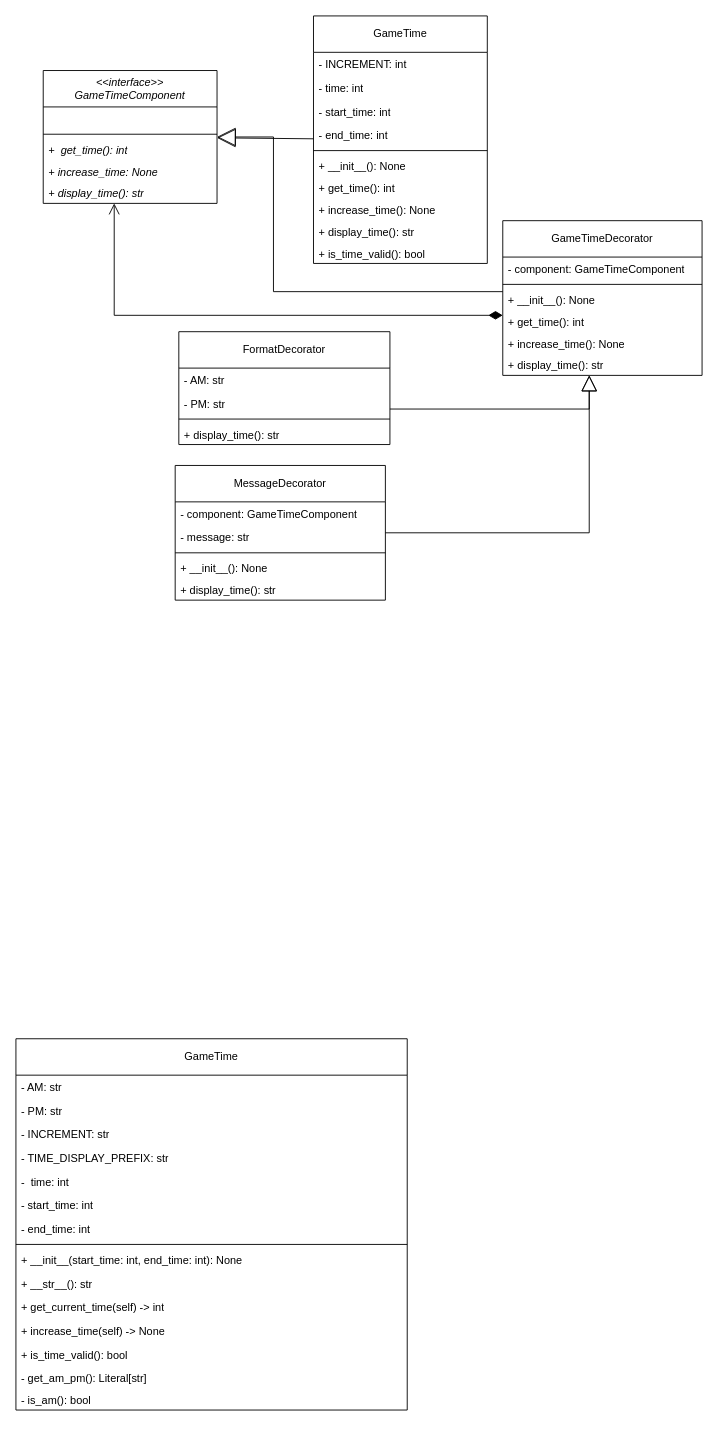
Above: page "game_time_after" (2 of 2) of src/model_after_pattern/after_pattern.drawio in arsenie-sarmiento/ZombieInMyPocket (draw.io), before the change. Source tidied: cells renumbered, new cells numbered last; positions are measured from the earlier drawing's top-left corner, leaving out a move shared by most shapes. Both pictures are drawn from the tidied source at 91%, with x=0, y=0 at pixel (15, 15).
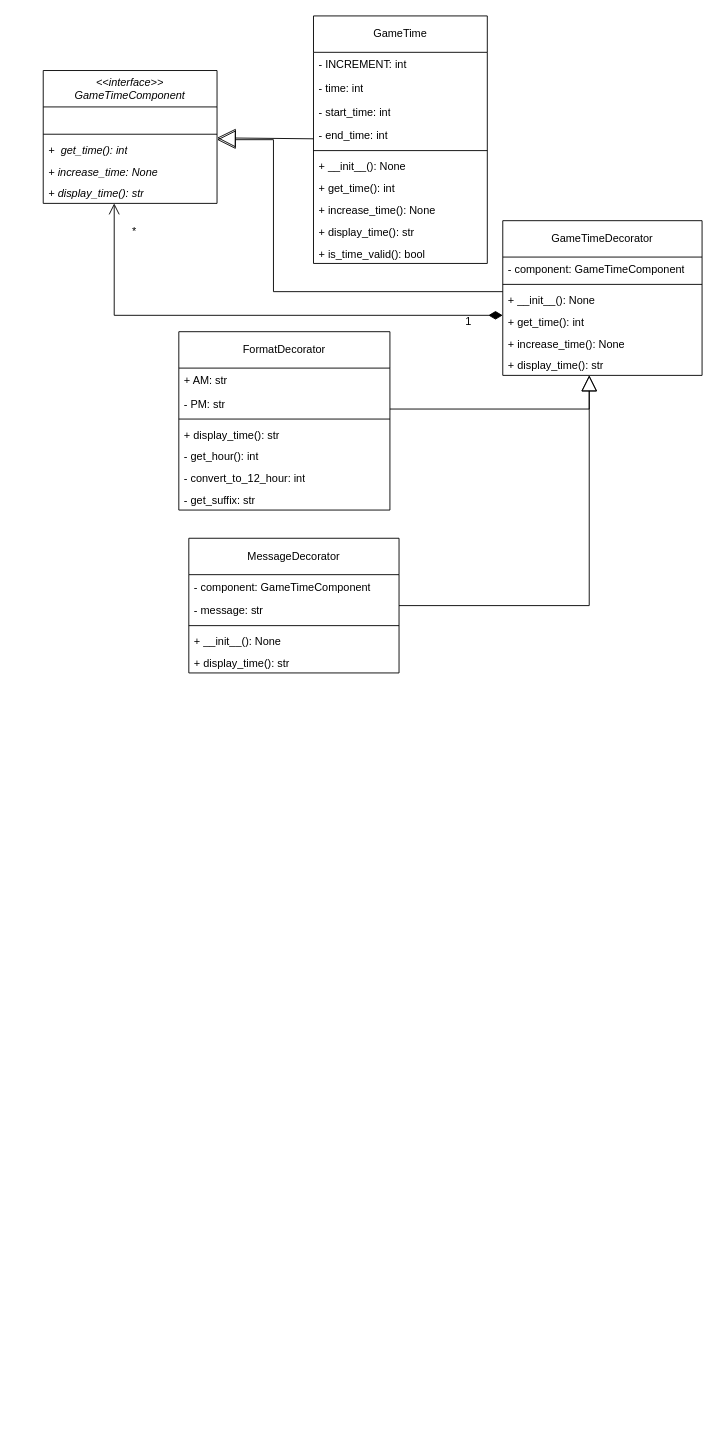
The same page after the edit.

Unchanged cells that the change refers to:
```xml
<mxCell id="19" value="&lt;i&gt;&amp;lt;&amp;lt;interface&amp;gt;&amp;gt;&lt;/i&gt;&lt;div&gt;&lt;i&gt;GameTimeComponent&lt;/i&gt;&lt;/div&gt;" style="swimlane;fontStyle=0;horizontal=1;startSize=40;fillColor=none;whiteSpace=wrap;html=1;" parent="1" vertex="1">
  <mxGeometry x="30" y="60" width="191" height="146" as="geometry" />
</mxCell>
<mxCell id="38" value="GameTimeDecorator" style="swimlane;fontStyle=0;horizontal=1;startSize=40;fillColor=none;whiteSpace=wrap;html=1;" parent="1" vertex="1">
  <mxGeometry x="535" y="225" width="219" height="170" as="geometry" />
</mxCell>
```

Change to the diagram source:
```diff
@@
-    <mxCell id="2" value="GameTime" style="swimlane;fontStyle=0;horizontal=1;startSize=40;fillColor=none;whiteSpace=wrap;html=1;" parent="1" vertex="1">
-      <mxGeometry y="1124" width="430" height="408" as="geometry" />
-    </mxCell>
-    <mxCell id="3" value="- AM: str" style="text;strokeColor=none;fillColor=none;align=left;verticalAlign=top;spacingLeft=4;spacingRight=4;overflow=hidden;whiteSpace=wrap;html=1;" parent="2" vertex="1">
-      <mxGeometry y="40" width="430" height="26" as="geometry" />
-    </mxCell>
-    <mxCell id="4" value="- PM: str" style="text;strokeColor=none;fillColor=none;align=left;verticalAlign=top;spacingLeft=4;spacingRight=4;overflow=hidden;whiteSpace=wrap;html=1;" parent="2" vertex="1">
-      <mxGeometry y="66" width="430" height="26" as="geometry" />
-    </mxCell>
-    <mxCell id="5" value="- INCREMENT: str" style="text;strokeColor=none;fillColor=none;align=left;verticalAlign=top;spacingLeft=4;spacingRight=4;overflow=hidden;whiteSpace=wrap;html=1;" parent="2" vertex="1">
-      <mxGeometry y="92" width="430" height="26" as="geometry" />
-    </mxCell>
-    <mxCell id="6" value="- TIME_DISPLAY_PREFIX: str" style="text;strokeColor=none;fillColor=none;align=left;verticalAlign=top;spacingLeft=4;spacingRight=4;overflow=hidden;whiteSpace=wrap;html=1;" parent="2" vertex="1">
-      <mxGeometry y="118" width="430" height="26" as="geometry" />
-    </mxCell>
-    <mxCell id="7" value="-&amp;nbsp; time: int" style="text;strokeColor=none;fillColor=none;align=left;verticalAlign=top;spacingLeft=4;spacingRight=4;overflow=hidden;whiteSpace=wrap;html=1;fontStyle=0;" parent="2" vertex="1">
-      <mxGeometry y="144" width="430" height="26" as="geometry" />
-    </mxCell>
-    <mxCell id="8" value="&lt;span style=&quot;color: rgb(0, 0, 0);&quot;&gt;- start_time: int&lt;/span&gt;" style="text;strokeColor=none;fillColor=none;align=left;verticalAlign=top;spacingLeft=4;spacingRight=4;overflow=hidden;whiteSpace=wrap;html=1;" parent="2" vertex="1">
-      <mxGeometry y="170" width="430" height="26" as="geometry" />
-    </mxCell>
-    <mxCell id="9" value="&lt;span style=&quot;color: rgb(0, 0, 0);&quot;&gt;- end_time: int&lt;/span&gt;" style="text;strokeColor=none;fillColor=none;align=left;verticalAlign=top;spacingLeft=4;spacingRight=4;overflow=hidden;whiteSpace=wrap;html=1;" parent="2" vertex="1">
-      <mxGeometry y="196" width="430" height="26" as="geometry" />
-    </mxCell>
-    <mxCell id="10" style="line;strokeWidth=1;fillColor=none;align=left;verticalAlign=middle;spacingTop=-1;spacingLeft=3;spacingRight=3;labelPosition=right;strokeColor=inherit;" parent="2" vertex="1">
-      <mxGeometry y="222" width="430" height="8" as="geometry" />
-    </mxCell>
-    <mxCell id="11" value="+&amp;nbsp;__init__(start_time: int, end_time: int): None" style="text;strokeColor=none;fillColor=none;align=left;verticalAlign=top;spacingLeft=4;spacingRight=4;overflow=hidden;whiteSpace=wrap;html=1;fontStyle=0;" parent="2" vertex="1">
-      <mxGeometry y="230" width="430" height="26" as="geometry" />
-    </mxCell>
-    <mxCell id="12" value="+&amp;nbsp;__str__(): str" style="text;strokeColor=none;fillColor=none;align=left;verticalAlign=top;spacingLeft=4;spacingRight=4;overflow=hidden;whiteSpace=wrap;html=1;fontStyle=0;" parent="2" vertex="1">
-      <mxGeometry y="256" width="430" height="26" as="geometry" />
-    </mxCell>
-    <mxCell id="13" value="+ get_current_time(self) -&amp;gt; int" style="text;strokeColor=none;fillColor=none;align=left;verticalAlign=top;spacingLeft=4;spacingRight=4;overflow=hidden;whiteSpace=wrap;html=1;fontStyle=0;" parent="2" vertex="1">
-      <mxGeometry y="282" width="430" height="26" as="geometry" />
-    </mxCell>
-    <mxCell id="14" value="+ increase_time(self) -&amp;gt; None" style="text;strokeColor=none;fillColor=none;align=left;verticalAlign=top;spacingLeft=4;spacingRight=4;overflow=hidden;whiteSpace=wrap;html=1;fontStyle=0;" parent="2" vertex="1">
-      <mxGeometry y="308" width="430" height="26" as="geometry" />
-    </mxCell>
-    <mxCell id="15" value="+&amp;nbsp;is_time_valid(): bool" style="text;strokeColor=none;fillColor=none;align=left;verticalAlign=top;spacingLeft=4;spacingRight=4;overflow=hidden;whiteSpace=wrap;html=1;fontStyle=0;" parent="2" vertex="1">
-      <mxGeometry y="334" width="430" height="26" as="geometry" />
-    </mxCell>
-    <mxCell id="16" value="- get_am_pm(): Literal[str]" style="text;strokeColor=none;fillColor=none;align=left;verticalAlign=top;spacingLeft=4;spacingRight=4;overflow=hidden;whiteSpace=wrap;html=1;fontStyle=0;" parent="2" vertex="1">
-      <mxGeometry y="360" width="430" height="24" as="geometry" />
-    </mxCell>
-    <mxCell id="17" value="- is_am(): bool" style="text;strokeColor=none;fillColor=none;align=left;verticalAlign=top;spacingLeft=4;spacingRight=4;overflow=hidden;whiteSpace=wrap;html=1;fontStyle=0;" parent="2" vertex="1">
-      <mxGeometry y="384" width="430" height="24" as="geometry" />
-    </mxCell>
-    <mxCell id="18" style="edgeStyle=orthogonalEdgeStyle;html=1;endArrow=diamondThin;endFill=1;endSize=13;startArrow=open;startFill=0;startSize=10;rounded=0;curved=0;" parent="1" edge="1" source="19" target="38">
+    <mxCell id="18" style="edgeStyle=orthogonalEdgeStyle;html=1;endArrow=diamondThin;endFill=1;endSize=13;startArrow=open;startFill=0;startSize=10;rounded=0;curved=0;" parent="1" edge="1" source="19">
       <mxGeometry relative="1" as="geometry">
+        <mxPoint x="535" y="329" as="targetPoint" />
         <Array as="points">
           <mxPoint x="108" y="329" />
         </Array>
       </mxGeometry>
     </mxCell>
@@
     <mxCell id="37" style="edgeStyle=orthogonalEdgeStyle;html=1;endArrow=block;endFill=0;rounded=0;curved=0;endSize=18;" parent="1" edge="1" source="38" target="19">
       <mxGeometry relative="1" as="geometry">
         <Array as="points">
           <mxPoint x="283" y="303" />
-          <mxPoint x="283" y="133" />
+          <mxPoint x="283" y="136" />
         </Array>
       </mxGeometry>
     </mxCell>
@@
     <mxCell id="46" value="FormatDecorator" style="swimlane;fontStyle=0;horizontal=1;startSize=40;fillColor=none;whiteSpace=wrap;html=1;" parent="1" vertex="1">
-      <mxGeometry x="179" y="347" width="232" height="124" as="geometry" />
+      <mxGeometry x="179" y="347" width="232" height="196" as="geometry" />
     </mxCell>
-    <mxCell id="47" value="- AM: str" style="text;strokeColor=none;fillColor=none;align=left;verticalAlign=top;spacingLeft=4;spacingRight=4;overflow=hidden;whiteSpace=wrap;html=1;" parent="46" vertex="1">
+    <mxCell id="47" value="+ AM: str" style="text;strokeColor=none;fillColor=none;align=left;verticalAlign=top;spacingLeft=4;spacingRight=4;overflow=hidden;whiteSpace=wrap;html=1;" parent="46" vertex="1">
       <mxGeometry y="40" width="232" height="26" as="geometry" />
     </mxCell>
@@
+    <mxCell id="58" value="+ display_time(): str" style="text;strokeColor=none;fillColor=none;align=left;verticalAlign=top;spacingLeft=4;spacingRight=4;overflow=hidden;whiteSpace=wrap;html=1;fontStyle=0;" parent="46" vertex="1">
+      <mxGeometry y="100" width="232" height="24" as="geometry" />
+    </mxCell>
+    <mxCell id="59" value="- get_hour(): int" style="text;strokeColor=none;fillColor=none;align=left;verticalAlign=top;spacingLeft=4;spacingRight=4;overflow=hidden;whiteSpace=wrap;html=1;fontStyle=0;" parent="46" vertex="1">
+      <mxGeometry y="124" width="232" height="24" as="geometry" />
+    </mxCell>
-    <mxCell id="50" value="+ display_time(): str" style="text;strokeColor=none;fillColor=none;align=left;verticalAlign=top;spacingLeft=4;spacingRight=4;overflow=hidden;whiteSpace=wrap;html=1;fontStyle=0;" parent="46" vertex="1">
-      <mxGeometry y="100" width="232" height="24" as="geometry" />
+    <mxCell id="50" value="- convert_to_12_hour: int" style="text;strokeColor=none;fillColor=none;align=left;verticalAlign=top;spacingLeft=4;spacingRight=4;overflow=hidden;whiteSpace=wrap;html=1;fontStyle=0;" parent="46" vertex="1">
+      <mxGeometry y="148" width="232" height="24" as="geometry" />
     </mxCell>
+    <mxCell id="60" value="- get_suffix: str" style="text;strokeColor=none;fillColor=none;align=left;verticalAlign=top;spacingLeft=4;spacingRight=4;overflow=hidden;whiteSpace=wrap;html=1;fontStyle=0;" parent="46" vertex="1">
+      <mxGeometry y="172" width="232" height="24" as="geometry" />
+    </mxCell>
     <mxCell id="51" value="MessageDecorator" style="swimlane;fontStyle=0;horizontal=1;startSize=40;fillColor=none;whiteSpace=wrap;html=1;" parent="1" vertex="1">
-      <mxGeometry x="175" y="494" width="231" height="148" as="geometry" />
+      <mxGeometry x="190" y="574" width="231" height="148" as="geometry" />
     </mxCell>
@@
     <mxCell id="57" style="edgeStyle=orthogonalEdgeStyle;html=1;rounded=0;endArrow=block;endFill=0;endSize=15;" parent="1" edge="1" source="51" target="38">
       <mxGeometry relative="1" as="geometry">
         <Array as="points">
-          <mxPoint x="630" y="568" />
+          <mxPoint x="630" y="648" />
         </Array>
       </mxGeometry>
     </mxCell>
+    <mxCell id="61" value="1" style="text;html=1;align=center;verticalAlign=middle;strokeColor=none;fillColor=none;" parent="1" vertex="1">
+      <mxGeometry x="484" y="323" width="25" height="26" as="geometry" />
+    </mxCell>
+    <mxCell id="62" value="*" style="text;html=1;align=center;verticalAlign=middle;strokeColor=none;fillColor=none;" parent="1" vertex="1">
+      <mxGeometry x="118" y="224" width="23" height="26" as="geometry" />
+    </mxCell>
```
